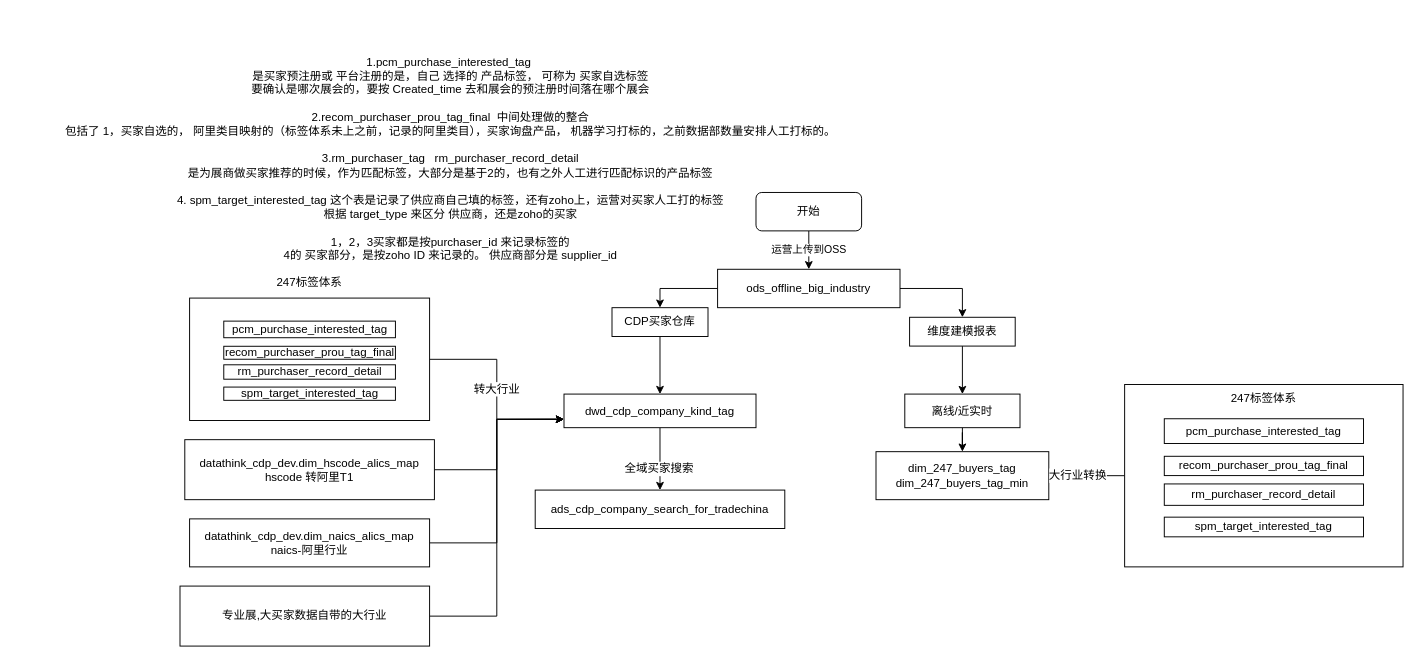
Earlier version of the draw.io diagram 大行业.drawio (HLSO6/draw). Source tidied: cells renumbered, new cells numbered last; positions are measured from the earlier drawing's top-left corner, leaving out a move shared by most shapes. Both pictures are drawn from the tidied source at 96%, with x=0, y=0 at pixel (16, 144).
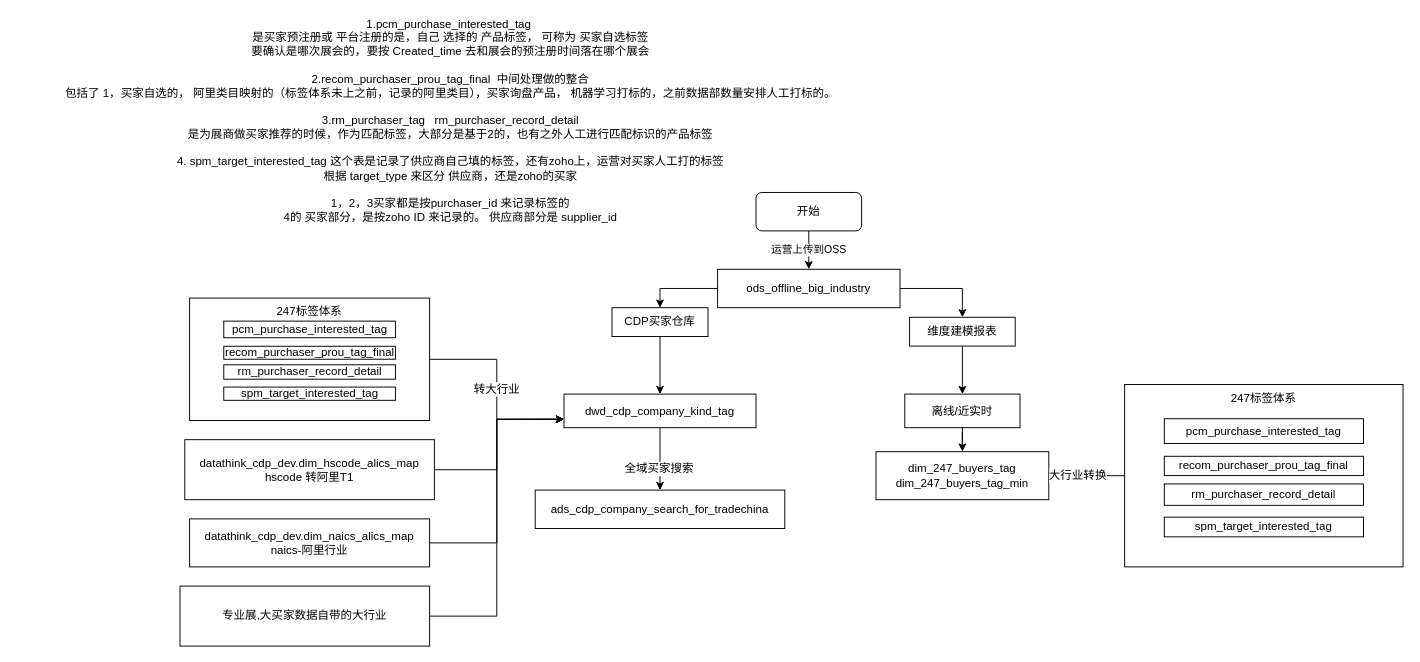
The same diagram, later.

What changed in the source:
```diff
@@
     <mxCell id="14" value="1.pcm_purchase_interested_tag&amp;nbsp;&lt;br&gt;是买家预注册或&amp;nbsp;平台注册的是，自己&amp;nbsp;选择的&amp;nbsp;产品标签，&amp;nbsp;可称为&amp;nbsp;买家自选标签&lt;br&gt;要确认是哪次展会的，要按&amp;nbsp;Created_time&amp;nbsp;去和展会的预注册时间落在哪个展会&lt;br&gt;&lt;br&gt;2.recom_purchaser_prou_tag_final&amp;nbsp;&amp;nbsp;中间处理做的整合&lt;br&gt;包括了&amp;nbsp;1，买家自选的，&amp;nbsp;阿里类目映射的（标签体系未上之前，记录的阿里类目），买家询盘产品，&amp;nbsp;机器学习打标的，之前数据部数量安排人工打标的。&lt;br&gt;&lt;br&gt;3.rm_purchaser_tag&amp;nbsp;&amp;nbsp;&amp;nbsp;rm_purchaser_record_detail&lt;br&gt;是为展商做买家推荐的时候，作为匹配标签，大部分是基于2的，也有之外人工进行匹配标识的产品标签&lt;br&gt;&lt;br&gt;4.&amp;nbsp;spm_target_interested_tag&amp;nbsp;这个表是记录了供应商自己填的标签，还有zoho上，运营对买家人工打的标签&lt;br&gt;根据&amp;nbsp;target_type&amp;nbsp;来区分&amp;nbsp;供应商，还是zoho的买家&lt;br&gt;&lt;br&gt;1，2，3买家都是按purchaser_id&amp;nbsp;来记录标签的&lt;br&gt;4的&amp;nbsp;买家部分，是按zoho&amp;nbsp;ID&amp;nbsp;来记录的。&amp;nbsp;供应商部分是&amp;nbsp;supplier_id" style="text;html=1;strokeColor=none;fillColor=none;align=center;verticalAlign=middle;whiteSpace=wrap;rounded=0;" parent="1" vertex="1">
-      <mxGeometry width="904" height="30" as="geometry" />
+      <mxGeometry y="-40" width="904" height="30" as="geometry" />
     </mxCell>
@@
-    <mxCell id="23" value="247标签体系" style="rounded=0;whiteSpace=wrap;html=1;spacingBottom=160;" parent="1" vertex="1">
+    <mxCell id="23" value="247标签体系" style="rounded=0;whiteSpace=wrap;html=1;spacingBottom=100;" parent="1" vertex="1">
       <mxGeometry x="180" y="160" width="250" height="127.5" as="geometry" />
     </mxCell>
```
